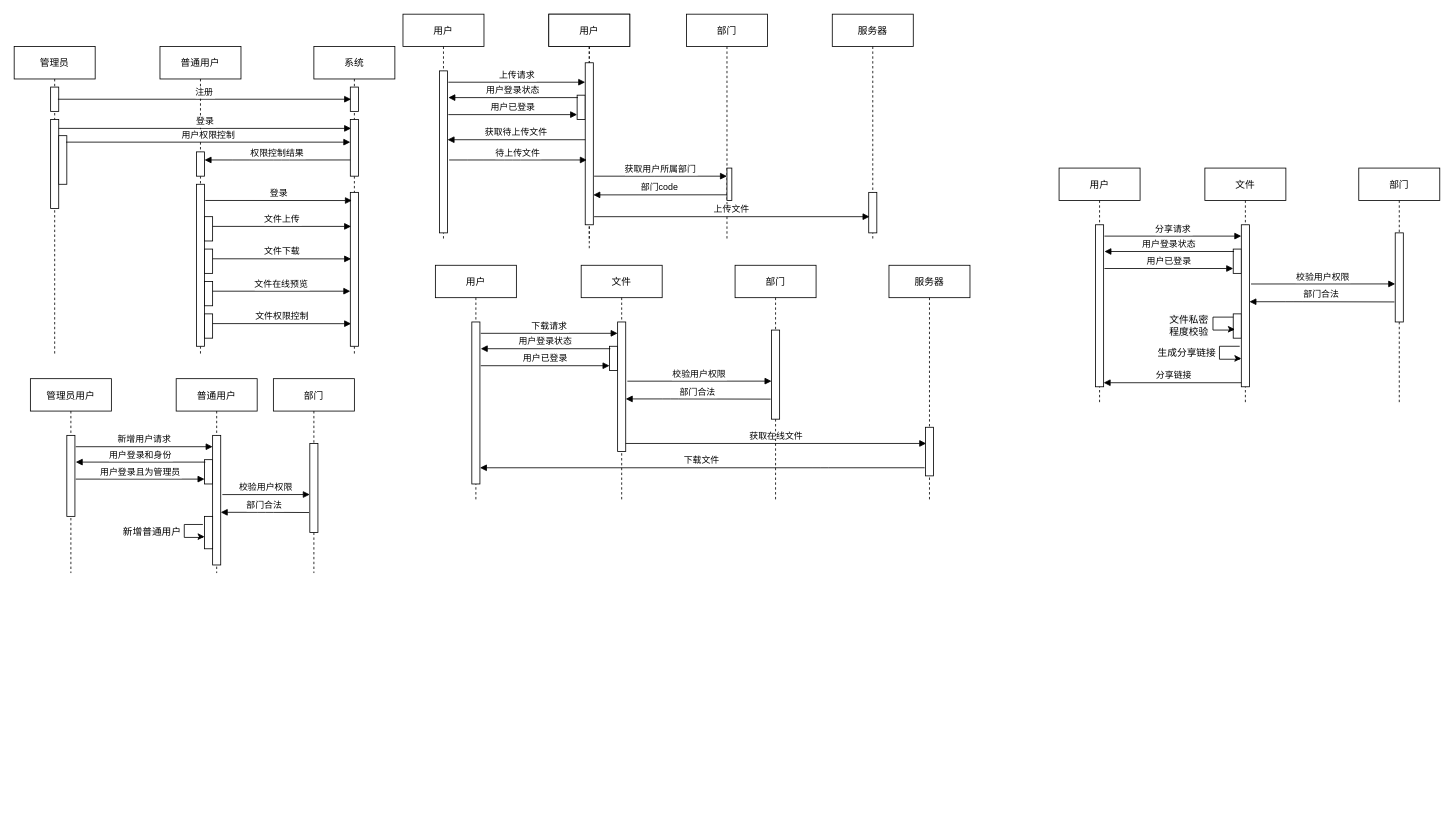
ppp-203/ppp-203 keeps this draw.io diagram as yewuliucheng.drawio. Above is the earlier version. Source tidied: cells renumbered, new cells numbered last; positions are measured from the earlier drawing's top-left corner, leaving out a move shared by most shapes. Both pictures are drawn from the tidied source at 81%, with x=0, y=0 at pixel (14, 14).
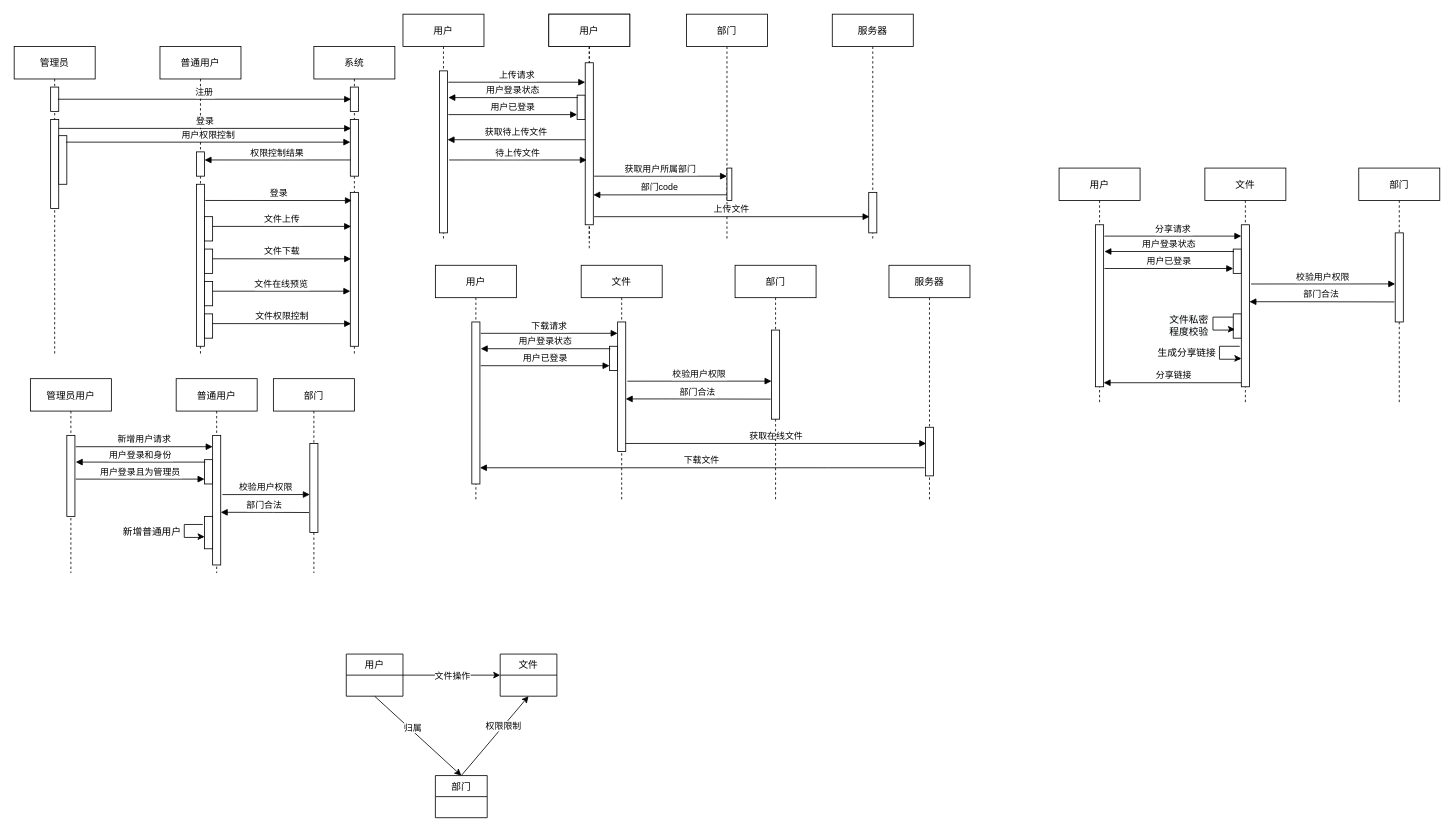
The same diagram, later.

Change to the diagram source:
```diff
@@
+    <mxCell id="93" style="edgeStyle=none;rounded=0;jettySize=auto;html=1;exitX=1;exitY=0.5;exitDx=0;exitDy=0;" parent="1" edge="1" source="97" target="98">
+      <mxGeometry relative="1" as="geometry" />
+    </mxCell>
+    <mxCell id="94" value="文件操作" style="edgeLabel;html=1;align=center;verticalAlign=middle;" parent="93" vertex="1">
+      <mxGeometry x="0.23" y="-2" relative="1" as="geometry">
+        <mxPoint x="-14" y="-2" as="offset" />
+      </mxGeometry>
+    </mxCell>
+    <mxCell id="95" style="edgeStyle=none;rounded=0;jettySize=auto;html=1;entryX=0.5;entryY=0;entryDx=0;entryDy=0;exitX=0.5;exitY=1;exitDx=0;exitDy=0;" parent="1" edge="1" source="97" target="101">
+      <mxGeometry relative="1" as="geometry" />
+    </mxCell>
+    <mxCell id="96" value="归属" style="edgeLabel;html=1;align=center;verticalAlign=middle;" parent="95" vertex="1">
+      <mxGeometry x="0.18" y="-2" relative="1" as="geometry">
+        <mxPoint x="-16" y="-21" as="offset" />
+      </mxGeometry>
+    </mxCell>
+    <mxCell id="97" value="用户" style="swimlane;fontStyle=0;horizontal=1;startSize=26;fillColor=none;" parent="1" vertex="1">
+      <mxGeometry x="410" y="790" width="70" height="52" as="geometry" />
+    </mxCell>
+    <mxCell id="98" value="文件" style="swimlane;fontStyle=0;horizontal=1;startSize=26;fillColor=none;" parent="1" vertex="1">
+      <mxGeometry x="600" y="790" width="70" height="52" as="geometry" />
+    </mxCell>
+    <mxCell id="99" style="edgeStyle=none;rounded=0;jettySize=auto;html=1;entryX=0.5;entryY=1;entryDx=0;entryDy=0;exitX=0.5;exitY=0;exitDx=0;exitDy=0;" parent="1" edge="1" source="101" target="98">
+      <mxGeometry relative="1" as="geometry" />
+    </mxCell>
+    <mxCell id="100" value="权限限制" style="edgeLabel;html=1;align=center;verticalAlign=middle;" parent="99" vertex="1">
+      <mxGeometry x="0.24" relative="1" as="geometry" />
+    </mxCell>
+    <mxCell id="101" value="部门" style="swimlane;fontStyle=0;horizontal=1;startSize=26;fillColor=none;" parent="1" vertex="1">
+      <mxGeometry x="520" y="940" width="64" height="52" as="geometry" />
+    </mxCell>
```
